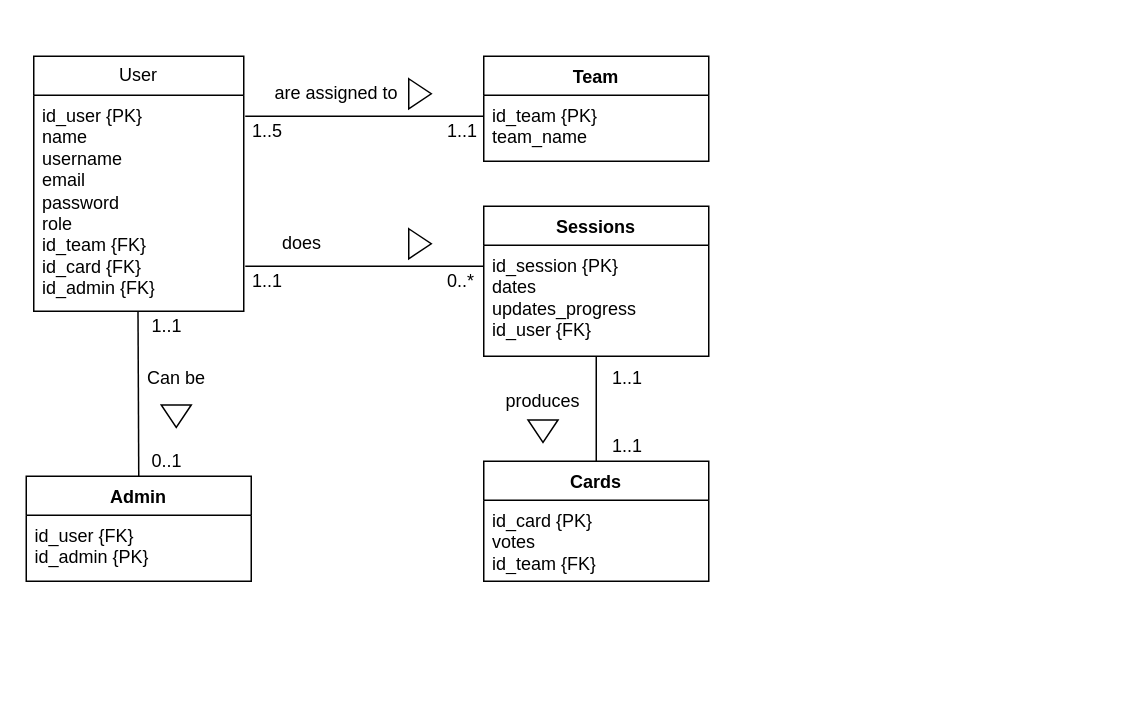
This is ERD.drawio from frajdzia/HealthCheck, a draw.io file, before an edit. Source tidied: cells renumbered, new cells numbered last; positions are measured from the earlier drawing's top-left corner, leaving out a move shared by most shapes. Both pictures are drawn from the tidied source at 150%, with x=0, y=0 at pixel (26, 56).
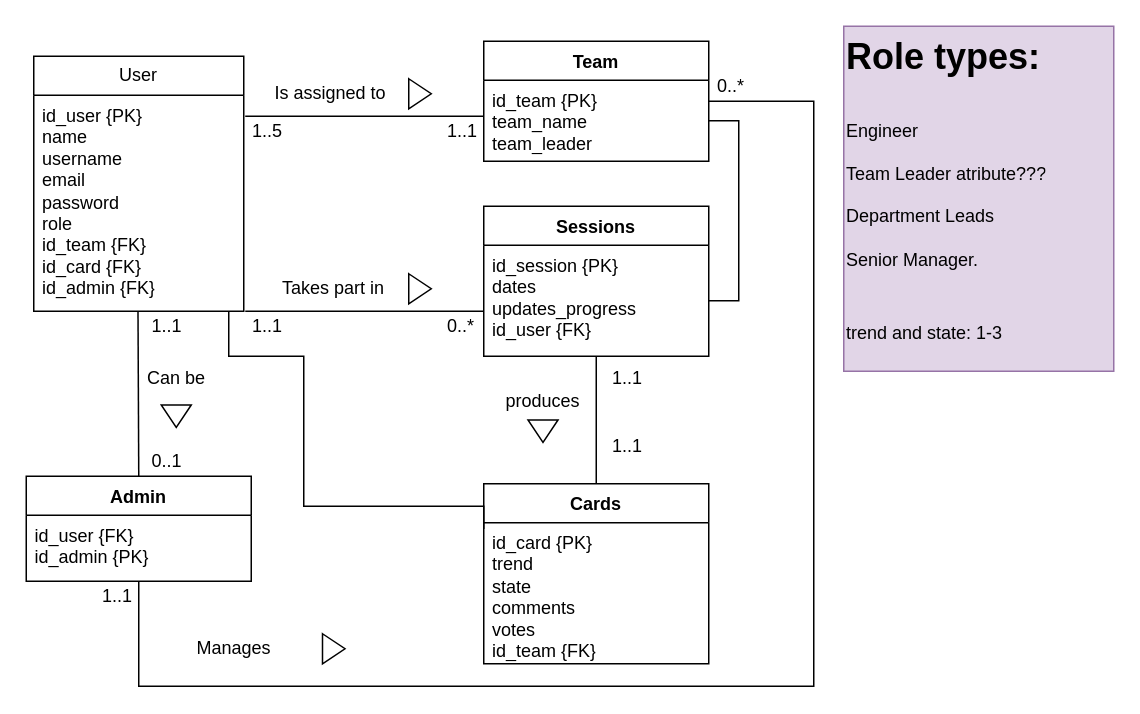
The same page after the edit.

The change refers to these unchanged cells:
```xml
<mxCell id="3" value="id_user {PK}&lt;div&gt;name&lt;/div&gt;&lt;div&gt;username&lt;/div&gt;&lt;div&gt;email&lt;/div&gt;&lt;div&gt;password&lt;/div&gt;&lt;div&gt;role&lt;/div&gt;&lt;div&gt;id_team {FK}&lt;/div&gt;&lt;div&gt;id_card {FK}&lt;/div&gt;&lt;div&gt;id_admin {FK}&lt;/div&gt;" style="text;strokeColor=none;fillColor=none;align=left;verticalAlign=top;spacingLeft=4;spacingRight=4;overflow=hidden;points=[[0,0.5],[1,0.5]];portConstraint=eastwest;whiteSpace=wrap;html=1;" parent="2" vertex="1">
  <mxGeometry y="26" width="140" height="144" as="geometry" />
</mxCell>
<mxCell id="5" value="id_user {FK}&lt;br&gt;id_admin {PK}" style="text;strokeColor=none;fillColor=none;align=left;verticalAlign=top;spacingLeft=4;spacingRight=4;overflow=hidden;points=[[0,0.5],[1,0.5]];portConstraint=eastwest;whiteSpace=wrap;html=1;" parent="4" vertex="1">
  <mxGeometry y="26" width="150" height="44" as="geometry" />
</mxCell>
<mxCell id="7" value="id_session {PK}&lt;div&gt;dates&lt;/div&gt;&lt;div&gt;updates_progress&lt;/div&gt;&lt;div&gt;id_user {FK}&lt;/div&gt;" style="text;strokeColor=none;fillColor=none;align=left;verticalAlign=top;spacingLeft=4;spacingRight=4;overflow=hidden;points=[[0,0.5],[1,0.5]];portConstraint=eastwest;whiteSpace=wrap;html=1;" parent="6" vertex="1">
  <mxGeometry y="26" width="150" height="74" as="geometry" />
</mxCell>
```

The edit, as a diff of the source:
```diff
@@
     <mxCell id="8" value="Cards" style="swimlane;fontStyle=1;align=center;verticalAlign=top;horizontal=1;startSize=26;whiteSpace=wrap;html=1;" parent="1" vertex="1">
-      <mxGeometry x="305" y="270" width="150" height="80" as="geometry" />
+      <mxGeometry x="305" y="285" width="150" height="120" as="geometry" />
     </mxCell>
-    <mxCell id="9" value="id_card {PK}&lt;div&gt;votes&lt;br&gt;&lt;div&gt;id_team {FK}&lt;/div&gt;&lt;/div&gt;" style="text;strokeColor=none;fillColor=none;align=left;verticalAlign=top;spacingLeft=4;spacingRight=4;overflow=hidden;points=[[0,0.5],[1,0.5]];portConstraint=eastwest;whiteSpace=wrap;html=1;" parent="8" vertex="1">
-      <mxGeometry y="26" width="150" height="54" as="geometry" />
+    <mxCell id="9" value="id_card {PK}&lt;div&gt;trend&lt;/div&gt;&lt;div&gt;state&lt;/div&gt;&lt;div&gt;comments&lt;/div&gt;&lt;div&gt;votes&lt;br&gt;&lt;div&gt;id_team {FK}&lt;/div&gt;&lt;/div&gt;" style="text;strokeColor=none;fillColor=none;align=left;verticalAlign=top;spacingLeft=4;spacingRight=4;overflow=hidden;points=[[0,0.5],[1,0.5]];portConstraint=eastwest;whiteSpace=wrap;html=1;" parent="8" vertex="1">
+      <mxGeometry y="26" width="150" height="94" as="geometry" />
     </mxCell>
+    <mxCell id="32" style="edgeStyle=orthogonalEdgeStyle;rounded=0;jettySize=auto;html=1;endArrow=none;startFill=0;" parent="1" edge="1" source="10" target="5">
+      <mxGeometry relative="1" as="geometry">
+        <Array as="points">
+          <mxPoint x="525" y="30" />
+          <mxPoint x="525" y="420" />
+        </Array>
+      </mxGeometry>
+    </mxCell>
     <mxCell id="10" value="Team" style="swimlane;fontStyle=1;align=center;verticalAlign=top;horizontal=1;startSize=26;whiteSpace=wrap;html=1;" parent="1" vertex="1">
-      <mxGeometry x="305" width="150" height="70" as="geometry" />
+      <mxGeometry x="305" y="-10" width="150" height="80" as="geometry" />
     </mxCell>
-    <mxCell id="11" value="id_team {PK}&lt;div&gt;team_name&lt;/div&gt;" style="text;strokeColor=none;fillColor=none;align=left;verticalAlign=top;spacingLeft=4;spacingRight=4;overflow=hidden;points=[[0,0.5],[1,0.5]];portConstraint=eastwest;whiteSpace=wrap;html=1;" parent="10" vertex="1">
-      <mxGeometry y="26" width="150" height="44" as="geometry" />
+    <mxCell id="11" value="id_team {PK}&lt;div&gt;team_name&lt;/div&gt;&lt;div&gt;team_leader&lt;/div&gt;" style="text;strokeColor=none;fillColor=none;align=left;verticalAlign=top;spacingLeft=4;spacingRight=4;overflow=hidden;points=[[0,0.5],[1,0.5]];portConstraint=eastwest;whiteSpace=wrap;html=1;" parent="10" vertex="1">
+      <mxGeometry y="26" width="150" height="54" as="geometry" />
     </mxCell>
@@
-    <mxCell id="20" value="are assigned to" style="text;strokeColor=none;fillColor=none;align=left;verticalAlign=middle;spacingLeft=4;spacingRight=4;overflow=hidden;whiteSpace=wrap;html=1;" parent="1" vertex="1">
+    <mxCell id="20" value="Is assigned to" style="text;strokeColor=none;fillColor=none;align=left;verticalAlign=middle;spacingLeft=4;spacingRight=4;overflow=hidden;whiteSpace=wrap;html=1;" parent="1" vertex="1">
       <mxGeometry x="160" y="10" width="100" height="30" as="geometry" />
     </mxCell>
@@
     <mxCell id="22" style="endArrow=none;html=1;rounded=0;exitX=1.007;exitY=0.097;exitDx=0;exitDy=0;exitPerimeter=0;" parent="1" edge="1">
       <mxGeometry relative="1" as="geometry">
-        <mxPoint x="146" y="140" as="sourcePoint" />
-        <mxPoint x="305" y="140" as="targetPoint" />
+        <mxPoint x="146" y="170" as="sourcePoint" />
+        <mxPoint x="305" y="170" as="targetPoint" />
       </mxGeometry>
     </mxCell>
     <mxCell id="23" value="0..*" style="text;strokeColor=none;fillColor=none;align=left;verticalAlign=middle;spacingLeft=4;spacingRight=4;overflow=hidden;whiteSpace=wrap;html=1;" parent="1" vertex="1">
-      <mxGeometry x="275" y="140" width="30" height="20" as="geometry" />
+      <mxGeometry x="275" y="170" width="30" height="20" as="geometry" />
     </mxCell>
     <mxCell id="24" value="1..1" style="text;strokeColor=none;fillColor=none;align=left;verticalAlign=middle;spacingLeft=4;spacingRight=4;overflow=hidden;whiteSpace=wrap;html=1;" parent="1" vertex="1">
-      <mxGeometry x="145" y="140" width="30" height="20" as="geometry" />
+      <mxGeometry x="145" y="170" width="30" height="20" as="geometry" />
     </mxCell>
-    <mxCell id="25" value="does" style="text;strokeColor=none;fillColor=none;align=left;verticalAlign=middle;spacingLeft=4;spacingRight=4;overflow=hidden;whiteSpace=wrap;html=1;" parent="1" vertex="1">
-      <mxGeometry x="165" y="110" width="90" height="30" as="geometry" />
+    <mxCell id="25" value="Takes part in" style="text;strokeColor=none;fillColor=none;align=left;verticalAlign=middle;spacingLeft=4;spacingRight=4;overflow=hidden;whiteSpace=wrap;html=1;" parent="1" vertex="1">
+      <mxGeometry x="165" y="140" width="90" height="30" as="geometry" />
     </mxCell>
     <mxCell id="26" style="triangle;whiteSpace=wrap;html=1;rotation=0;fillColor=light-dark(#FFFFFF,#FFFFFF);" parent="1" vertex="1">
-      <mxGeometry x="255" y="115" width="15" height="20" as="geometry" />
+      <mxGeometry x="255" y="145" width="15" height="20" as="geometry" />
     </mxCell>
@@
+    <mxCell id="33" value="&lt;h1 style=&quot;margin-top: 0px;&quot;&gt;&lt;span style=&quot;background-color: transparent; color: light-dark(rgb(0, 0, 0), rgb(255, 255, 255));&quot;&gt;Role types:&lt;/span&gt;&lt;/h1&gt;&lt;h1 style=&quot;margin-top: 0px;&quot;&gt;&lt;span style=&quot;background-color: transparent; color: light-dark(rgb(0, 0, 0), rgb(255, 255, 255)); font-size: 12px; font-weight: normal;&quot;&gt;Engineer&lt;br&gt;&lt;/span&gt;&lt;span style=&quot;background-color: transparent; color: light-dark(rgb(0, 0, 0), rgb(255, 255, 255)); font-size: 12px; font-weight: normal;&quot;&gt;Team Leader atribute???&lt;br&gt;Department Leads&lt;br&gt;Senior Manager.&lt;/span&gt;&lt;/h1&gt;&lt;div&gt;&lt;span style=&quot;background-color: transparent; color: light-dark(rgb(0, 0, 0), rgb(255, 255, 255)); font-size: 12px; font-weight: normal;&quot;&gt;&lt;br&gt;&lt;/span&gt;&lt;/div&gt;&lt;div&gt;&lt;span style=&quot;background-color: transparent; color: light-dark(rgb(0, 0, 0), rgb(255, 255, 255)); font-size: 12px; font-weight: normal;&quot;&gt;trend and state: 1-3&lt;/span&gt;&lt;/div&gt;" style="text;html=1;whiteSpace=wrap;overflow=hidden;rounded=0;fillColor=#e1d5e7;strokeColor=#9673a6;" parent="1" vertex="1">
+      <mxGeometry x="545" y="-20" width="180" height="230" as="geometry" />
+    </mxCell>
+    <mxCell id="34" style="edgeStyle=orthogonalEdgeStyle;rounded=0;jettySize=auto;html=1;entryX=1;entryY=0.5;entryDx=0;entryDy=0;endArrow=none;startFill=0;" parent="1" edge="1" source="11" target="7">
+      <mxGeometry relative="1" as="geometry">
+        <Array as="points">
+          <mxPoint x="475" y="43" />
+          <mxPoint x="475" y="163" />
+        </Array>
+      </mxGeometry>
+    </mxCell>
+    <mxCell id="35" value="Manages" style="text;strokeColor=none;fillColor=none;align=left;verticalAlign=middle;spacingLeft=4;spacingRight=4;overflow=hidden;whiteSpace=wrap;html=1;" parent="1" vertex="1">
+      <mxGeometry x="107.5" y="380" width="90" height="30" as="geometry" />
+    </mxCell>
+    <mxCell id="36" style="triangle;whiteSpace=wrap;html=1;rotation=0;fillColor=light-dark(#FFFFFF,#FFFFFF);" parent="1" vertex="1">
+      <mxGeometry x="197.5" y="385" width="15" height="20" as="geometry" />
+    </mxCell>
+    <mxCell id="37" style="edgeStyle=orthogonalEdgeStyle;rounded=0;jettySize=auto;html=1;endArrow=none;startFill=0;entryX=0;entryY=0.045;entryDx=0;entryDy=0;entryPerimeter=0;" parent="1" edge="1" source="3" target="9">
+      <mxGeometry relative="1" as="geometry">
+        <Array as="points">
+          <mxPoint x="135" y="200" />
+          <mxPoint x="185" y="200" />
+          <mxPoint x="185" y="300" />
+          <mxPoint x="305" y="300" />
+        </Array>
+      </mxGeometry>
+    </mxCell>
+    <mxCell id="38" value="1..1" style="text;strokeColor=none;fillColor=none;align=left;verticalAlign=middle;spacingLeft=4;spacingRight=4;overflow=hidden;whiteSpace=wrap;html=1;" parent="1" vertex="1">
+      <mxGeometry x="45" y="350" width="30" height="20" as="geometry" />
+    </mxCell>
+    <mxCell id="39" value="0..*" style="text;strokeColor=none;fillColor=none;align=left;verticalAlign=middle;spacingLeft=4;spacingRight=4;overflow=hidden;whiteSpace=wrap;html=1;" parent="1" vertex="1">
+      <mxGeometry x="455" y="10" width="30" height="20" as="geometry" />
+    </mxCell>
```
